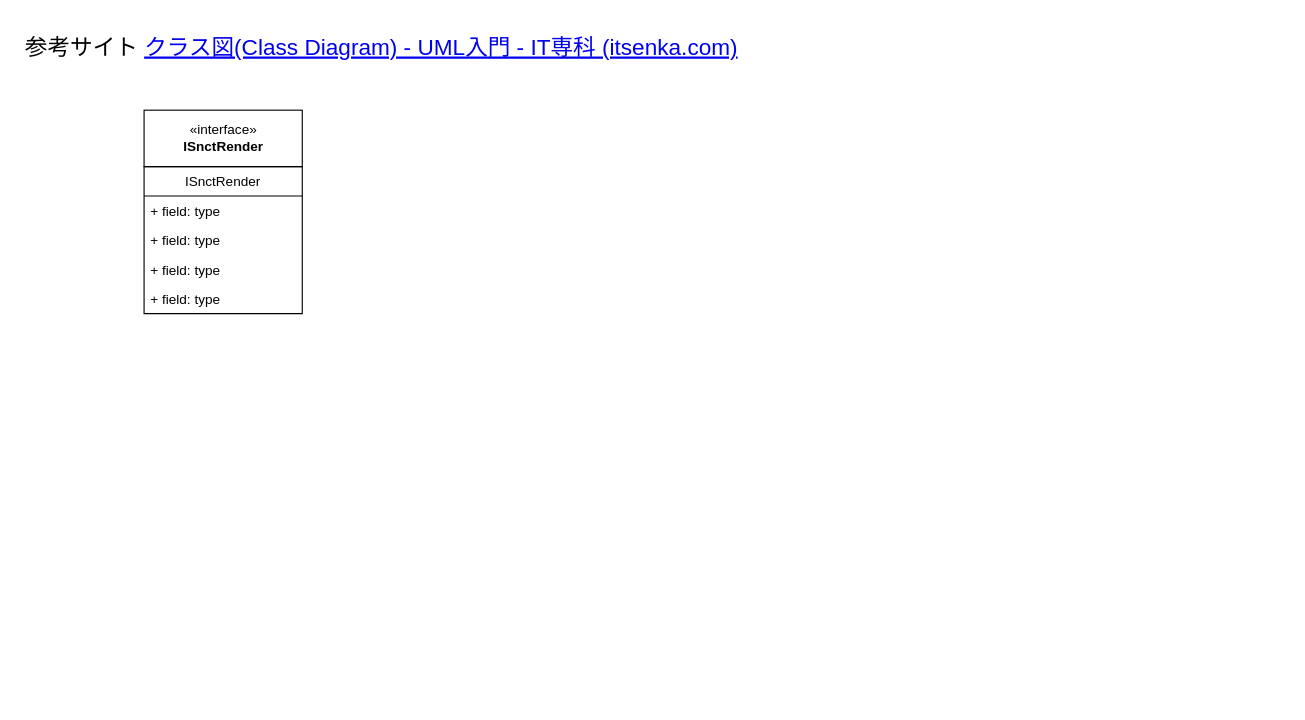
Gucci8312/AbtractionLayer keeps this draw.io diagram as Untitled Diagram.drawio. Above is the earlier version. Source tidied: cells renumbered, new cells numbered last; positions are measured from the earlier drawing's top-left corner, leaving out a move shared by most shapes. Both pictures are drawn from the tidied source at 113%, with x=0, y=0 at pixel (19, 31).
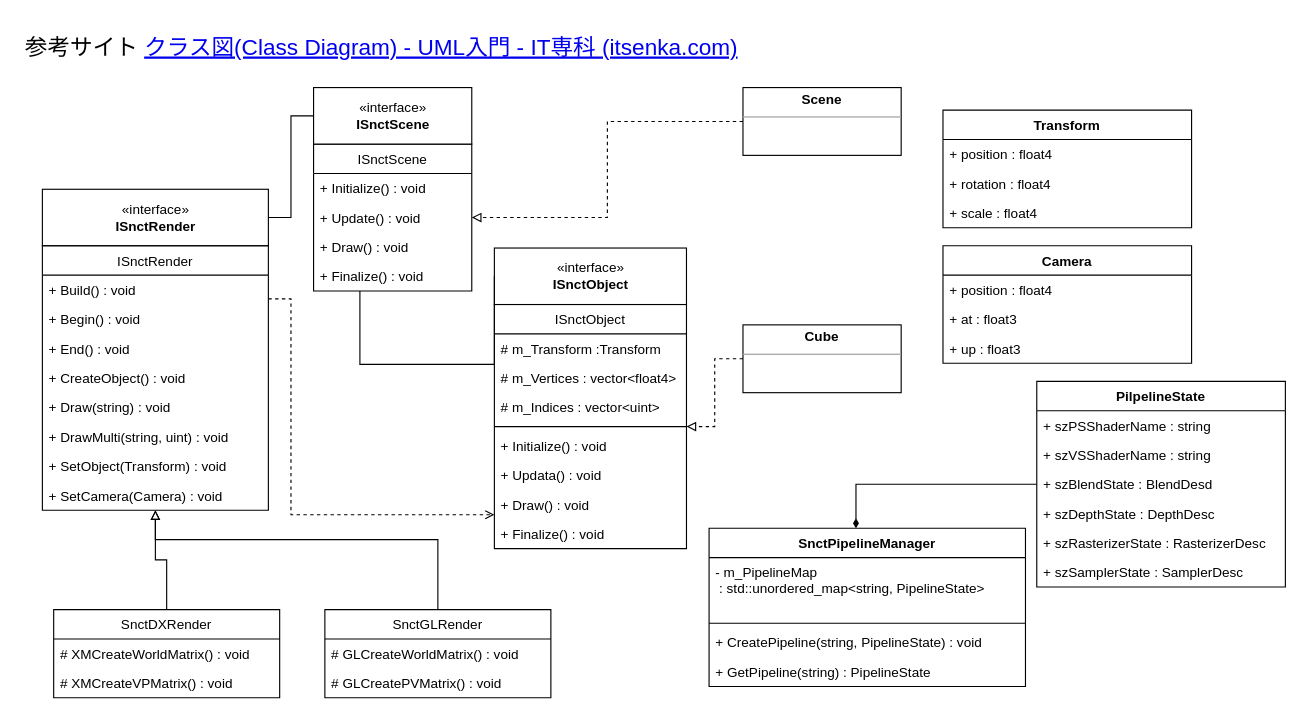
The same page after the edit.

The edit, as a diff of the source:
```diff
@@
+    <mxCell id="8" value="&lt;h1 style=&quot;font-size: 20px&quot;&gt;&lt;span style=&quot;font-weight: normal&quot;&gt;参考サイト&amp;nbsp;&lt;a href=&quot;http://www.itsenka.com/contents/development/uml/class.html?msclkid=81eebe3bbed611eca551c90c054faed0&quot;&gt;クラス図(Class Diagram) - UML入門 - IT専科 (itsenka.com)&lt;/a&gt;&lt;/span&gt;&lt;br&gt;&lt;/h1&gt;" style="text;html=1;strokeColor=none;fillColor=none;spacing=5;spacingTop=-20;whiteSpace=wrap;overflow=hidden;rounded=0;" parent="1" vertex="1">
+      <mxGeometry width="800" height="40" as="geometry" />
+    </mxCell>
+    <mxCell id="9" style="group;" parent="1" vertex="1">
+      <mxGeometry x="20" y="140" width="200" height="258" as="geometry" />
+    </mxCell>
-    <mxCell id="2" value="«interface»&lt;br&gt;&lt;b&gt;ISnctRender&lt;/b&gt;" style="html=1;" parent="1" vertex="1">
-      <mxGeometry x="110" y="70" width="140" height="50" as="geometry" />
+    <mxCell id="2" value="«interface»&lt;br&gt;&lt;b&gt;ISnctRender&lt;/b&gt;" style="html=1;" parent="9" vertex="1">
+      <mxGeometry width="200" height="50" as="geometry" />
     </mxCell>
-    <mxCell id="3" value="ISnctRender" style="swimlane;fontStyle=0;horizontal=1;startSize=26;fillColor=none;" parent="1" vertex="1">
-      <mxGeometry x="110" y="120" width="140" height="130" as="geometry" />
+    <mxCell id="3" value="ISnctRender" style="swimlane;fontStyle=0;horizontal=1;startSize=26;fillColor=none;" parent="9" vertex="1">
+      <mxGeometry y="50" width="200" height="234" as="geometry" />
     </mxCell>
-    <mxCell id="4" value="+ field: type" style="text;strokeColor=none;fillColor=none;align=left;verticalAlign=top;spacingLeft=4;spacingRight=4;overflow=hidden;" parent="3" vertex="1">
-      <mxGeometry y="26" width="140" height="26" as="geometry" />
+    <mxCell id="4" value="+ Build() : void" style="text;strokeColor=none;fillColor=none;align=left;verticalAlign=top;spacingLeft=4;spacingRight=4;overflow=hidden;" parent="3" vertex="1">
+      <mxGeometry y="26" width="200" height="26" as="geometry" />
     </mxCell>
-    <mxCell id="5" value="+ field: type" style="text;strokeColor=none;fillColor=none;align=left;verticalAlign=top;spacingLeft=4;spacingRight=4;overflow=hidden;" parent="3" vertex="1">
-      <mxGeometry y="52" width="140" height="26" as="geometry" />
+    <mxCell id="5" value="+ Begin() : void" style="text;strokeColor=none;fillColor=none;align=left;verticalAlign=top;spacingLeft=4;spacingRight=4;overflow=hidden;" parent="3" vertex="1">
+      <mxGeometry y="52" width="200" height="26" as="geometry" />
     </mxCell>
-    <mxCell id="6" value="+ field: type" style="text;strokeColor=none;fillColor=none;align=left;verticalAlign=top;spacingLeft=4;spacingRight=4;overflow=hidden;" parent="3" vertex="1">
-      <mxGeometry y="78" width="140" height="26" as="geometry" />
+    <mxCell id="6" value="+ End() : void" style="text;strokeColor=none;fillColor=none;align=left;verticalAlign=top;spacingLeft=4;spacingRight=4;overflow=hidden;" parent="3" vertex="1">
+      <mxGeometry y="78" width="200" height="26" as="geometry" />
     </mxCell>
-    <mxCell id="7" value="+ field: type" style="text;strokeColor=none;fillColor=none;align=left;verticalAlign=top;spacingLeft=4;spacingRight=4;overflow=hidden;" parent="3" vertex="1">
-      <mxGeometry y="104" width="140" height="26" as="geometry" />
+    <mxCell id="7" value="+ CreateObject() : void" style="text;strokeColor=none;fillColor=none;align=left;verticalAlign=top;spacingLeft=4;spacingRight=4;overflow=hidden;" parent="3" vertex="1">
+      <mxGeometry y="104" width="200" height="26" as="geometry" />
     </mxCell>
-    <mxCell id="8" value="&lt;h1 style=&quot;font-size: 20px&quot;&gt;&lt;span style=&quot;font-weight: normal&quot;&gt;参考サイト&amp;nbsp;&lt;a href=&quot;http://www.itsenka.com/contents/development/uml/class.html?msclkid=81eebe3bbed611eca551c90c054faed0&quot;&gt;クラス図(Class Diagram) - UML入門 - IT専科 (itsenka.com)&lt;/a&gt;&lt;/span&gt;&lt;br&gt;&lt;/h1&gt;" style="text;html=1;strokeColor=none;fillColor=none;spacing=5;spacingTop=-20;whiteSpace=wrap;overflow=hidden;rounded=0;" parent="1" vertex="1">
-      <mxGeometry width="800" height="40" as="geometry" />
-    </mxCell>
+    <mxCell id="10" value="+ Draw(string) : void" style="text;strokeColor=none;fillColor=none;align=left;verticalAlign=top;spacingLeft=4;spacingRight=4;overflow=hidden;" parent="3" vertex="1">
+      <mxGeometry y="130" width="200" height="26" as="geometry" />
+    </mxCell>
+    <mxCell id="11" value="+ DrawMulti(string, uint) : void" style="text;strokeColor=none;fillColor=none;align=left;verticalAlign=top;spacingLeft=4;spacingRight=4;overflow=hidden;" parent="3" vertex="1">
+      <mxGeometry y="156" width="200" height="26" as="geometry" />
+    </mxCell>
+    <mxCell id="12" value="+ SetObject(Transform) : void" style="text;strokeColor=none;fillColor=none;align=left;verticalAlign=top;spacingLeft=4;spacingRight=4;overflow=hidden;" parent="3" vertex="1">
+      <mxGeometry y="182" width="200" height="26" as="geometry" />
+    </mxCell>
+    <mxCell id="13" value="+ SetCamera(Camera) : void" style="text;strokeColor=none;fillColor=none;align=left;verticalAlign=top;spacingLeft=4;spacingRight=4;overflow=hidden;" parent="3" vertex="1">
+      <mxGeometry y="208" width="200" height="26" as="geometry" />
+    </mxCell>
+    <mxCell id="14" style="group;" parent="1" vertex="1">
+      <mxGeometry x="260" y="50" width="140" height="154" as="geometry" />
+    </mxCell>
+    <mxCell id="15" value="ISnctScene" style="swimlane;fontStyle=0;horizontal=1;startSize=26;fillColor=none;fontSize=12;" parent="14" vertex="1">
+      <mxGeometry y="50" width="140" height="130" as="geometry" />
+    </mxCell>
+    <mxCell id="16" value="+ Initialize() : void" style="text;strokeColor=none;fillColor=none;align=left;verticalAlign=top;spacingLeft=4;spacingRight=4;overflow=hidden;fontSize=12;" parent="15" vertex="1">
+      <mxGeometry y="26" width="140" height="26" as="geometry" />
+    </mxCell>
+    <mxCell id="17" value="+ Update() : void" style="text;strokeColor=none;fillColor=none;align=left;verticalAlign=top;spacingLeft=4;spacingRight=4;overflow=hidden;fontSize=12;" parent="15" vertex="1">
+      <mxGeometry y="52" width="140" height="26" as="geometry" />
+    </mxCell>
+    <mxCell id="18" value="+ Draw() : void" style="text;strokeColor=none;fillColor=none;align=left;verticalAlign=top;spacingLeft=4;spacingRight=4;overflow=hidden;fontSize=12;" parent="15" vertex="1">
+      <mxGeometry y="78" width="140" height="26" as="geometry" />
+    </mxCell>
+    <mxCell id="19" value="+ Finalize() : void" style="text;strokeColor=none;fillColor=none;align=left;verticalAlign=top;spacingLeft=4;spacingRight=4;overflow=hidden;fontSize=12;" parent="15" vertex="1">
+      <mxGeometry y="104" width="140" height="26" as="geometry" />
+    </mxCell>
+    <mxCell id="20" value="«interface»&lt;br&gt;&lt;b&gt;ISnctScene&lt;/b&gt;" style="html=1;fontSize=12;" parent="14" vertex="1">
+      <mxGeometry width="140" height="50" as="geometry" />
+    </mxCell>
+    <mxCell id="21" style="group;" parent="1" vertex="1">
+      <mxGeometry x="420" y="192" width="170" height="154" as="geometry" />
+    </mxCell>
+    <mxCell id="22" value="ISnctObject" style="swimlane;fontStyle=0;horizontal=1;startSize=26;fillColor=none;fontSize=12;" parent="21" vertex="1">
+      <mxGeometry y="50" width="170" height="216" as="geometry" />
+    </mxCell>
+    <mxCell id="23" value="# m_Transform :Transform" style="text;strokeColor=none;fillColor=none;align=left;verticalAlign=top;spacingLeft=4;spacingRight=4;overflow=hidden;fontSize=12;" parent="22" vertex="1">
+      <mxGeometry y="26" width="170" height="26" as="geometry" />
+    </mxCell>
+    <mxCell id="24" value="# m_Vertices : vector&lt;float4&gt;" style="text;strokeColor=none;fillColor=none;align=left;verticalAlign=top;spacingLeft=4;spacingRight=4;overflow=hidden;fontSize=12;" parent="22" vertex="1">
+      <mxGeometry y="52" width="170" height="26" as="geometry" />
+    </mxCell>
+    <mxCell id="25" value="# m_Indices : vector&lt;uint&gt;" style="text;strokeColor=none;fillColor=none;align=left;verticalAlign=top;spacingLeft=4;spacingRight=4;overflow=hidden;fontSize=12;" parent="22" vertex="1">
+      <mxGeometry y="78" width="170" height="26" as="geometry" />
+    </mxCell>
+    <mxCell id="26" style="line;strokeWidth=1;fillColor=none;align=left;verticalAlign=middle;spacingTop=-1;spacingLeft=3;spacingRight=3;labelPosition=right;fontSize=12;" parent="22" vertex="1">
+      <mxGeometry y="104" width="170" height="8" as="geometry" />
+    </mxCell>
+    <mxCell id="27" value="+ Initialize() : void" style="text;strokeColor=none;fillColor=none;align=left;verticalAlign=top;spacingLeft=4;spacingRight=4;overflow=hidden;fontSize=12;" parent="22" vertex="1">
+      <mxGeometry y="112" width="170" height="26" as="geometry" />
+    </mxCell>
+    <mxCell id="28" value="+ Updata() : void" style="text;strokeColor=none;fillColor=none;align=left;verticalAlign=top;spacingLeft=4;spacingRight=4;overflow=hidden;fontSize=12;" parent="22" vertex="1">
+      <mxGeometry y="138" width="170" height="26" as="geometry" />
+    </mxCell>
+    <mxCell id="29" value="+ Draw() : void" style="text;strokeColor=none;fillColor=none;align=left;verticalAlign=top;spacingLeft=4;spacingRight=4;overflow=hidden;fontSize=12;" parent="22" vertex="1">
+      <mxGeometry y="164" width="170" height="26" as="geometry" />
+    </mxCell>
+    <mxCell id="30" value="+ Finalize() : void" style="text;strokeColor=none;fillColor=none;align=left;verticalAlign=top;spacingLeft=4;spacingRight=4;overflow=hidden;fontSize=12;" parent="22" vertex="1">
+      <mxGeometry y="190" width="170" height="26" as="geometry" />
+    </mxCell>
+    <mxCell id="31" value="«interface»&lt;br&gt;&lt;b&gt;ISnctObject&lt;/b&gt;" style="html=1;fontSize=12;" parent="21" vertex="1">
+      <mxGeometry width="170" height="50" as="geometry" />
+    </mxCell>
+    <mxCell id="32" style="edgeStyle=orthogonalEdgeStyle;rounded=0;jettySize=auto;html=1;exitX=0;exitY=0.5;exitDx=0;exitDy=0;fontSize=12;endArrow=none;endFill=0;" parent="1" edge="1" source="31" target="15">
+      <mxGeometry relative="1" as="geometry">
+        <Array as="points">
+          <mxPoint x="301" y="295" />
+        </Array>
+      </mxGeometry>
+    </mxCell>
+    <mxCell id="33" style="edgeStyle=orthogonalEdgeStyle;rounded=0;jettySize=auto;html=1;exitX=0;exitY=0.5;exitDx=0;exitDy=0;fontSize=12;endArrow=block;endFill=0;dashed=1;" parent="1" edge="1" source="34" target="15">
+      <mxGeometry relative="1" as="geometry" />
+    </mxCell>
+    <mxCell id="34" value="&lt;p style=&quot;margin: 0px ; margin-top: 4px ; text-align: center&quot;&gt;&lt;b&gt;Scene&lt;/b&gt;&lt;/p&gt;&lt;div style=&quot;height: 2px&quot;&gt;&lt;/div&gt;&lt;hr size=&quot;1&quot;&gt;&lt;div style=&quot;height: 2px&quot;&gt;&lt;/div&gt;" style="verticalAlign=top;align=left;overflow=fill;fontSize=12;fontFamily=Helvetica;html=1;" parent="1" vertex="1">
+      <mxGeometry x="640" y="50" width="140" height="60" as="geometry" />
+    </mxCell>
+    <mxCell id="35" style="edgeStyle=orthogonalEdgeStyle;rounded=0;jettySize=auto;html=1;dashed=1;fontSize=12;endArrow=block;endFill=0;" parent="1" edge="1" source="36" target="22">
+      <mxGeometry relative="1" as="geometry" />
+    </mxCell>
+    <mxCell id="36" value="&lt;p style=&quot;margin: 0px ; margin-top: 4px ; text-align: center&quot;&gt;&lt;b&gt;Cube&lt;/b&gt;&lt;/p&gt;&lt;div style=&quot;height: 2px&quot;&gt;&lt;/div&gt;&lt;hr size=&quot;1&quot;&gt;&lt;div style=&quot;height: 2px&quot;&gt;&lt;/div&gt;" style="verticalAlign=top;align=left;overflow=fill;fontSize=12;fontFamily=Helvetica;html=1;" parent="1" vertex="1">
+      <mxGeometry x="640" y="260" width="140" height="60" as="geometry" />
+    </mxCell>
+    <mxCell id="37" style="edgeStyle=orthogonalEdgeStyle;rounded=0;jettySize=auto;html=1;dashed=1;fontSize=12;endArrow=open;endFill=0;" parent="1" edge="1" source="3" target="22">
+      <mxGeometry relative="1" as="geometry">
+        <Array as="points">
+          <mxPoint x="240" y="237" />
+          <mxPoint x="240" y="428" />
+        </Array>
+      </mxGeometry>
+    </mxCell>
+    <mxCell id="38" value="Transform" style="swimlane;fontStyle=1;align=center;verticalAlign=top;horizontal=1;startSize=26;fontSize=12;fillColor=none;" parent="1" vertex="1">
+      <mxGeometry x="817" y="70" width="220" height="104" as="geometry" />
+    </mxCell>
+    <mxCell id="39" value="+ position : float4" style="text;strokeColor=none;fillColor=none;align=left;verticalAlign=top;spacingLeft=4;spacingRight=4;overflow=hidden;fontSize=12;" parent="38" vertex="1">
+      <mxGeometry y="26" width="220" height="26" as="geometry" />
+    </mxCell>
+    <mxCell id="40" value="+ rotation : float4" style="text;strokeColor=none;fillColor=none;align=left;verticalAlign=top;spacingLeft=4;spacingRight=4;overflow=hidden;fontSize=12;" parent="38" vertex="1">
+      <mxGeometry y="52" width="220" height="26" as="geometry" />
+    </mxCell>
+    <mxCell id="41" value="+ scale : float4" style="text;strokeColor=none;fillColor=none;align=left;verticalAlign=top;spacingLeft=4;spacingRight=4;overflow=hidden;fontSize=12;" parent="38" vertex="1">
+      <mxGeometry y="78" width="220" height="26" as="geometry" />
+    </mxCell>
+    <mxCell id="42" value="Camera" style="swimlane;fontStyle=1;align=center;verticalAlign=top;horizontal=1;startSize=26;fontSize=12;fillColor=none;" parent="1" vertex="1">
+      <mxGeometry x="817" y="190" width="220" height="104" as="geometry" />
+    </mxCell>
+    <mxCell id="43" value="+ position : float4" style="text;strokeColor=none;fillColor=none;align=left;verticalAlign=top;spacingLeft=4;spacingRight=4;overflow=hidden;fontSize=12;" parent="42" vertex="1">
+      <mxGeometry y="26" width="220" height="26" as="geometry" />
+    </mxCell>
+    <mxCell id="44" value="+ at : float3" style="text;strokeColor=none;fillColor=none;align=left;verticalAlign=top;spacingLeft=4;spacingRight=4;overflow=hidden;fontSize=12;" parent="42" vertex="1">
+      <mxGeometry y="52" width="220" height="26" as="geometry" />
+    </mxCell>
+    <mxCell id="45" value="+ up : float3" style="text;strokeColor=none;fillColor=none;align=left;verticalAlign=top;spacingLeft=4;spacingRight=4;overflow=hidden;fontSize=12;" parent="42" vertex="1">
+      <mxGeometry y="78" width="220" height="26" as="geometry" />
+    </mxCell>
+    <mxCell id="46" style="edgeStyle=orthogonalEdgeStyle;rounded=0;jettySize=auto;html=1;fontSize=12;endArrow=diamondThin;endFill=1;" parent="1" edge="1" source="47" target="54">
+      <mxGeometry relative="1" as="geometry">
+        <Array as="points">
+          <mxPoint x="740" y="401" />
+        </Array>
+      </mxGeometry>
+    </mxCell>
+    <mxCell id="47" value="PilpelineState" style="swimlane;fontStyle=1;align=center;verticalAlign=top;horizontal=1;startSize=26;fontSize=12;fillColor=none;" parent="1" vertex="1">
+      <mxGeometry x="900" y="310" width="220" height="182" as="geometry" />
+    </mxCell>
+    <mxCell id="48" value="+ szPSShaderName : string" style="text;strokeColor=none;fillColor=none;align=left;verticalAlign=top;spacingLeft=4;spacingRight=4;overflow=hidden;fontSize=12;" parent="47" vertex="1">
+      <mxGeometry y="26" width="220" height="26" as="geometry" />
+    </mxCell>
+    <mxCell id="49" value="+ szVSShaderName : string" style="text;strokeColor=none;fillColor=none;align=left;verticalAlign=top;spacingLeft=4;spacingRight=4;overflow=hidden;fontSize=12;" parent="47" vertex="1">
+      <mxGeometry y="52" width="220" height="26" as="geometry" />
+    </mxCell>
+    <mxCell id="50" value="+ szBlendState : BlendDesd" style="text;strokeColor=none;fillColor=none;align=left;verticalAlign=top;spacingLeft=4;spacingRight=4;overflow=hidden;fontSize=12;" parent="47" vertex="1">
+      <mxGeometry y="78" width="220" height="26" as="geometry" />
+    </mxCell>
+    <mxCell id="51" value="+ szDepthState : DepthDesc" style="text;strokeColor=none;fillColor=none;align=left;verticalAlign=top;spacingLeft=4;spacingRight=4;overflow=hidden;fontSize=12;" parent="47" vertex="1">
+      <mxGeometry y="104" width="220" height="26" as="geometry" />
+    </mxCell>
+    <mxCell id="52" value="+ szRasterizerState : RasterizerDesc" style="text;strokeColor=none;fillColor=none;align=left;verticalAlign=top;spacingLeft=4;spacingRight=4;overflow=hidden;fontSize=12;" parent="47" vertex="1">
+      <mxGeometry y="130" width="220" height="26" as="geometry" />
+    </mxCell>
+    <mxCell id="53" value="+ szSamplerState : SamplerDesc" style="text;strokeColor=none;fillColor=none;align=left;verticalAlign=top;spacingLeft=4;spacingRight=4;overflow=hidden;fontSize=12;" parent="47" vertex="1">
+      <mxGeometry y="156" width="220" height="26" as="geometry" />
+    </mxCell>
+    <mxCell id="54" value="SnctPipelineManager" style="swimlane;fontStyle=1;align=center;verticalAlign=top;horizontal=1;startSize=26;fontSize=12;fillColor=none;" parent="1" vertex="1">
+      <mxGeometry x="610" y="440" width="280" height="140" as="geometry" />
+    </mxCell>
+    <mxCell id="55" value="- m_PipelineMap&#10; : std::unordered_map&lt;string, PipelineState&gt;" style="text;strokeColor=none;fillColor=none;align=left;verticalAlign=top;spacingLeft=4;spacingRight=4;overflow=hidden;fontSize=12;" parent="54" vertex="1">
+      <mxGeometry y="26" width="280" height="54" as="geometry" />
+    </mxCell>
+    <mxCell id="56" style="line;strokeWidth=1;fillColor=none;align=left;verticalAlign=middle;spacingTop=-1;spacingLeft=3;spacingRight=3;labelPosition=right;fontSize=12;" parent="54" vertex="1">
+      <mxGeometry y="80" width="280" height="8" as="geometry" />
+    </mxCell>
+    <mxCell id="57" value="+ CreatePipeline(string, PipelineState) : void" style="text;strokeColor=none;fillColor=none;align=left;verticalAlign=top;spacingLeft=4;spacingRight=4;overflow=hidden;fontSize=12;" parent="54" vertex="1">
+      <mxGeometry y="88" width="280" height="26" as="geometry" />
+    </mxCell>
+    <mxCell id="58" value="+ GetPipeline(string) : PipelineState" style="text;strokeColor=none;fillColor=none;align=left;verticalAlign=top;spacingLeft=4;spacingRight=4;overflow=hidden;fontSize=12;" parent="54" vertex="1">
+      <mxGeometry y="114" width="280" height="26" as="geometry" />
+    </mxCell>
+    <mxCell id="59" style="edgeStyle=orthogonalEdgeStyle;rounded=0;jettySize=auto;html=1;fontSize=12;endArrow=block;endFill=0;" parent="1" edge="1" source="60" target="3">
+      <mxGeometry relative="1" as="geometry" />
+    </mxCell>
+    <mxCell id="60" value="SnctDXRender" style="swimlane;fontStyle=0;horizontal=1;startSize=26;fillColor=none;fontSize=12;" parent="1" vertex="1">
+      <mxGeometry x="30" y="512" width="200" height="78" as="geometry" />
+    </mxCell>
+    <mxCell id="61" value="# XMCreateWorldMatrix() : void" style="text;strokeColor=none;fillColor=none;align=left;verticalAlign=top;spacingLeft=4;spacingRight=4;overflow=hidden;fontSize=12;" parent="60" vertex="1">
+      <mxGeometry y="26" width="200" height="26" as="geometry" />
+    </mxCell>
+    <mxCell id="62" value="# XMCreateVPMatrix() : void" style="text;strokeColor=none;fillColor=none;align=left;verticalAlign=top;spacingLeft=4;spacingRight=4;overflow=hidden;fontSize=12;" parent="60" vertex="1">
+      <mxGeometry y="52" width="200" height="26" as="geometry" />
+    </mxCell>
+    <mxCell id="63" style="edgeStyle=orthogonalEdgeStyle;rounded=0;jettySize=auto;html=1;fontSize=12;endArrow=block;endFill=0;" parent="1" edge="1" source="64" target="3">
+      <mxGeometry relative="1" as="geometry">
+        <Array as="points">
+          <mxPoint x="370" y="450" />
+          <mxPoint x="120" y="450" />
+        </Array>
+      </mxGeometry>
+    </mxCell>
+    <mxCell id="64" value="SnctGLRender" style="swimlane;fontStyle=0;horizontal=1;startSize=26;fillColor=none;fontSize=12;" parent="1" vertex="1">
+      <mxGeometry x="270" y="512" width="200" height="78" as="geometry" />
+    </mxCell>
+    <mxCell id="65" value="# GLCreateWorldMatrix() : void" style="text;strokeColor=none;fillColor=none;align=left;verticalAlign=top;spacingLeft=4;spacingRight=4;overflow=hidden;fontSize=12;" parent="64" vertex="1">
+      <mxGeometry y="26" width="200" height="26" as="geometry" />
+    </mxCell>
+    <mxCell id="66" value="# GLCreatePVMatrix() : void" style="text;strokeColor=none;fillColor=none;align=left;verticalAlign=top;spacingLeft=4;spacingRight=4;overflow=hidden;fontSize=12;" parent="64" vertex="1">
+      <mxGeometry y="52" width="200" height="26" as="geometry" />
+    </mxCell>
+    <mxCell id="67" style="edgeStyle=orthogonalEdgeStyle;rounded=0;jettySize=auto;html=1;fontSize=12;endArrow=none;endFill=0;" parent="1" edge="1" source="2" target="20">
+      <mxGeometry relative="1" as="geometry">
+        <Array as="points">
+          <mxPoint x="240" y="165" />
+          <mxPoint x="240" y="75" />
+        </Array>
+      </mxGeometry>
+    </mxCell>
```
